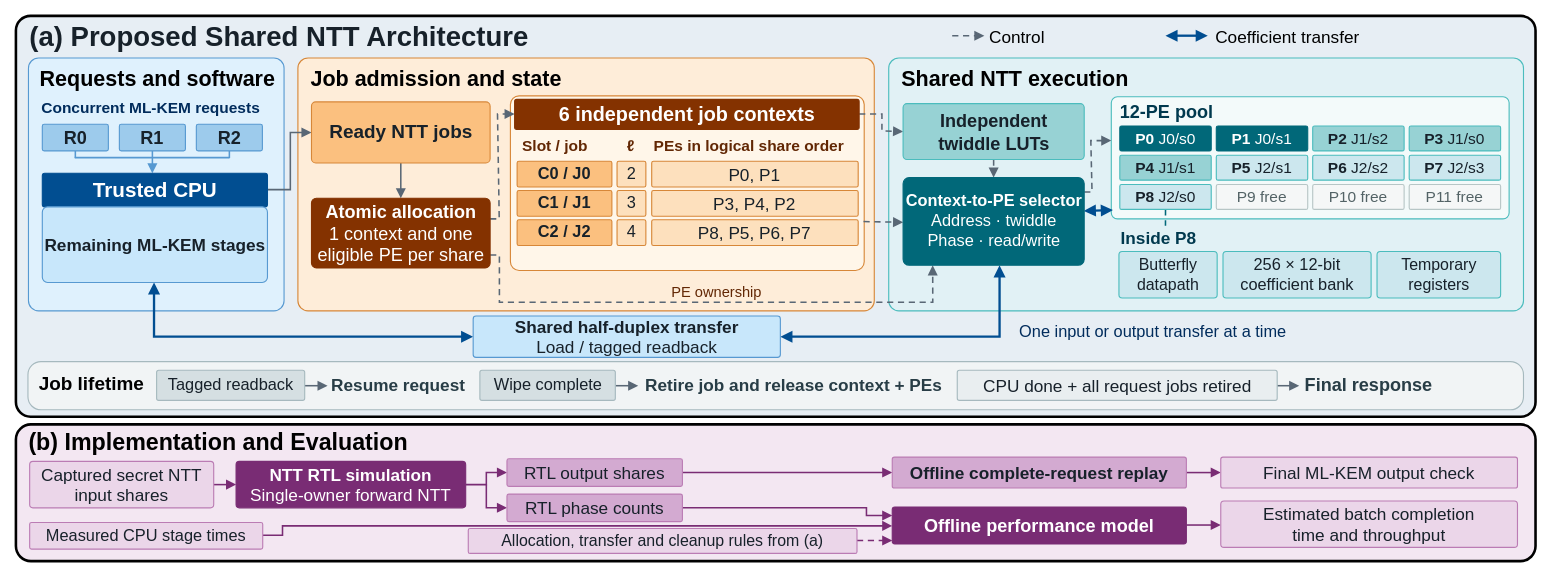
This is all/DAC2026/MaskVirt_fig2.drawio from ZKY6662017/iodraw-files, a draw.io file, before an edit. Source tidied: cells renumbered, new cells numbered last; positions are measured from the earlier drawing's top-left corner, leaving out a move shared by most shapes. Both pictures are drawn from the tidied source at 86%, with x=0, y=0 at pixel (15, 15).
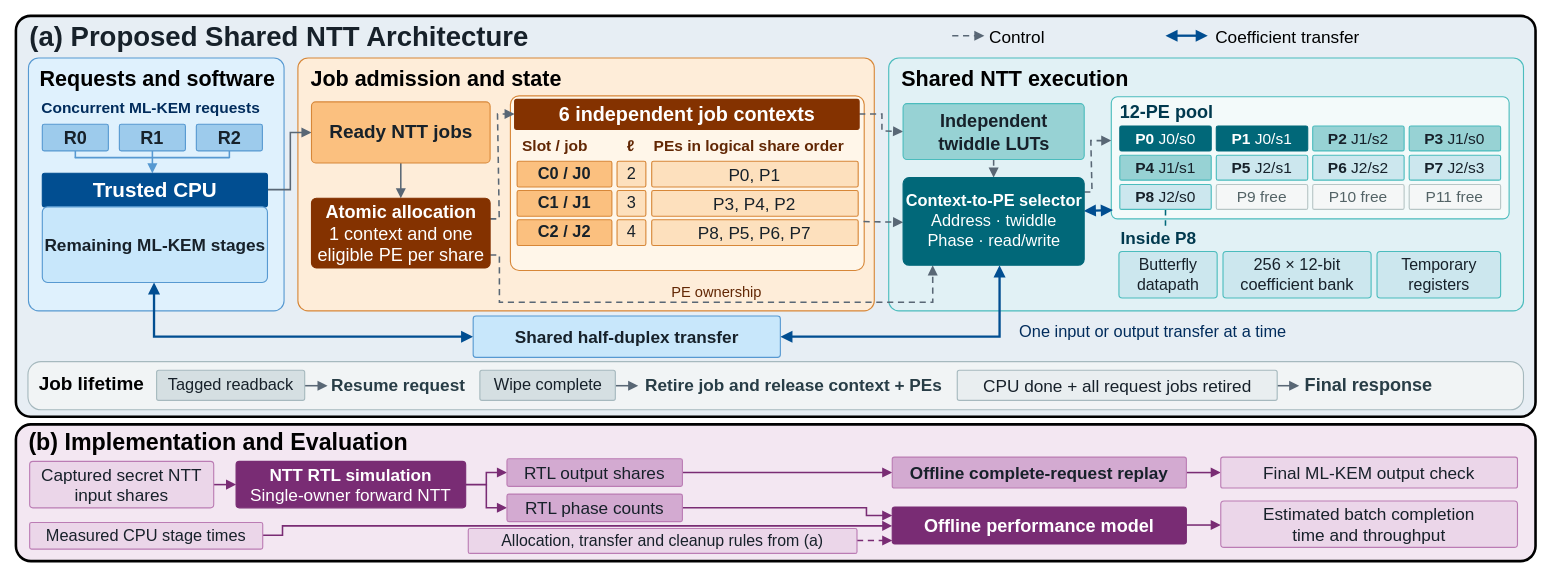
Above is the later version.

Diff of the diagram source:
```diff
@@
-    <mxCell id="88" value="&lt;b&gt;Shared half-duplex transfer&lt;/b&gt;&lt;br&gt;Load / tagged readback" style="html=1;whiteSpace=wrap;align=center;verticalAlign=middle;fontFamily=Helvetica;fontSize=20;fontColor=#17212A;spacing=1;fillColor=#C8E7FB;strokeColor=#5799D1;strokeWidth=1.3;rounded=1;arcSize=7;" parent="1" vertex="1">
+    <mxCell id="88" value="&lt;b&gt;Shared half-duplex transfer&lt;/b&gt;" style="html=1;whiteSpace=wrap;align=center;verticalAlign=middle;fontFamily=Helvetica;fontSize=20;fontColor=#17212A;spacing=1;fillColor=#C8E7FB;strokeColor=#5799D1;strokeWidth=1.3;rounded=1;arcSize=7;" parent="1" vertex="1">
       <mxGeometry x="531.7" y="349" width="357.2" height="48" as="geometry" />
     </mxCell>
```
